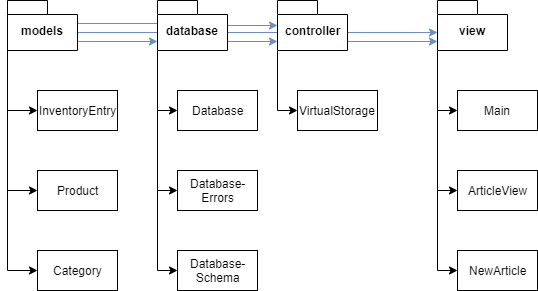
The draw.io diagram dev/models/package_overview.png in callidaria/pen-testing, before a commit. Source tidied: cells renumbered, new cells last; positions are measured from the earlier drawing's top-left corner, leaving out a move shared by most shapes.
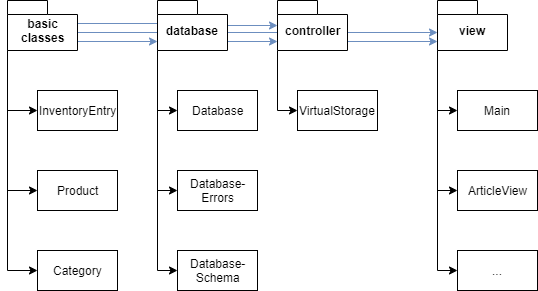
After the commit.

Commit message:
Dev models updated and added

Change to the diagram source:
```diff
@@ -20,7 +20,7 @@
     <mxCell id="7" style="edgeStyle=orthogonalEdgeStyle;rounded=0;jettySize=auto;html=1;entryX=0;entryY=0;entryDx=0;entryDy=32;entryPerimeter=0;fillColor=#dae8fc;strokeColor=#6c8ebf;exitX=0;exitY=0;exitDx=70;exitDy=32;exitPerimeter=0;" parent="1" edge="1" source="8" target="20">
       <mxGeometry relative="1" as="geometry" />
     </mxCell>
-    <mxCell id="8" value="models" style="shape=folder;fontStyle=1;spacingTop=10;tabWidth=40;tabHeight=14;tabPosition=left;html=1;" parent="1" vertex="1">
+    <mxCell id="8" value="basic&lt;br&gt;classes" style="shape=folder;fontStyle=1;spacingTop=10;tabWidth=40;tabHeight=14;tabPosition=left;html=1;" parent="1" vertex="1">
       <mxGeometry width="70" height="50" as="geometry" />
     </mxCell>
     <mxCell id="9" style="edgeStyle=orthogonalEdgeStyle;rounded=0;jettySize=auto;html=1;exitX=0;exitY=0;exitDx=0;exitDy=50;exitPerimeter=0;entryX=0;entryY=0.5;entryDx=0;entryDy=0;" parent="1" edge="1" source="13" target="24">
@@ -80,7 +80,7 @@
     <mxCell id="27" value="ArticleView" style="html=1;" parent="1" vertex="1">
       <mxGeometry x="450" y="170" width="80" height="40" as="geometry" />
     </mxCell>
-    <mxCell id="28" value="NewArticle" style="html=1;" parent="1" vertex="1">
+    <mxCell id="28" value="..." style="html=1;" parent="1" vertex="1">
       <mxGeometry x="450" y="250" width="80" height="40" as="geometry" />
     </mxCell>
     <mxCell id="29" value="Database-&lt;br&gt;Errors" style="html=1;" parent="1" vertex="1">
```
